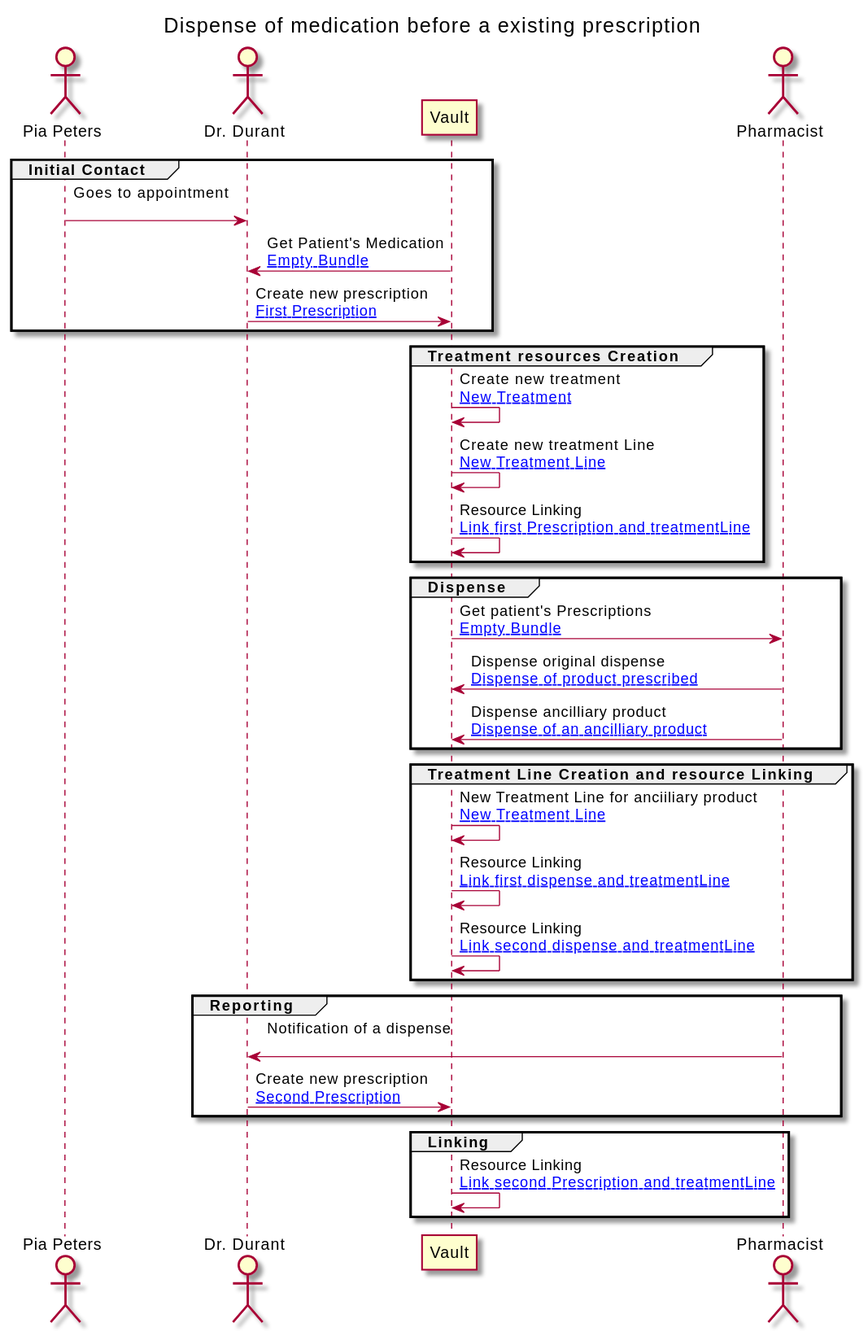
Before: branches/master/ExampleScenario-example-3-scenario.svg, a diagram exported from PlantUML (jcostateixeira/riziv-medication-record). The source it was exported from:
```plantuml
@startuml


Title Dispense of medication before a existing prescription

actor "Pia Peters" as PATIENT
actor "Dr. Durant" as GP
participant "Vault" as VAULT
actor "Pharmacist" as PHARM






group Initial Contact

PATIENT -> GP : Goes to appointment\n
VAULT -> GP : Get Patient's Medication\n[[ExampleScenario-example-3-scenario-resources.html#EB Empty Bundle]]
GP -> VAULT : Create new prescription\n[[ExampleScenario-example-3-scenario-resources.html#3-prescription First Prescription]]
end

group Treatment resources Creation

VAULT -> VAULT : Create new treatment\n[[ExampleScenario-example-3-scenario-resources.html#3-treatment New Treatment]]
VAULT -> VAULT : Create new treatment Line\n[[ExampleScenario-example-3-scenario-resources.html#3-treatmentLine New Treatment Line]]
VAULT -> VAULT : Resource Linking\n[[ExampleScenario-example-3-scenario-resources.html#3-1-provenance Link first Prescription and treatmentLine]]
end

group Dispense

VAULT -> PHARM : Get patient's Prescriptions\n[[ExampleScenario-example-3-scenario-resources.html#EB Empty Bundle]]
PHARM -> VAULT : Dispense original dispense\n[[ExampleScenario-example-3-scenario-resources.html#3-dispense Dispense of product prescribed]]
PHARM -> VAULT : Dispense ancilliary product\n[[ExampleScenario-example-3-scenario-resources.html#3-2-dispense Dispense of an ancilliary product]]
end

group Treatment Line Creation and resource Linking

VAULT -> VAULT : New Treatment Line for anciiliary product\n[[ExampleScenario-example-3-scenario-resources.html#3-treatmentLine New Treatment Line]]
VAULT -> VAULT : Resource Linking\n[[ExampleScenario-example-3-scenario-resources.html#3-2-provenance Link first dispense and treatmentLine]]
VAULT -> VAULT : Resource Linking\n[[ExampleScenario-example-3-scenario-resources.html#3-3-provenance Link second dispense and treatmentLine]]
end

group Reporting

PHARM -> GP : Notification of a dispense\n
GP -> VAULT : Create new prescription\n[[ExampleScenario-example-3-scenario-resources.html#3-2-prescription Second Prescription]]
end

group Linking

VAULT -> VAULT : Resource Linking\n[[ExampleScenario-example-3-scenario-resources.html#3-4-provenance Link second Prescription and treatmentLine]]
end


@enduml
```
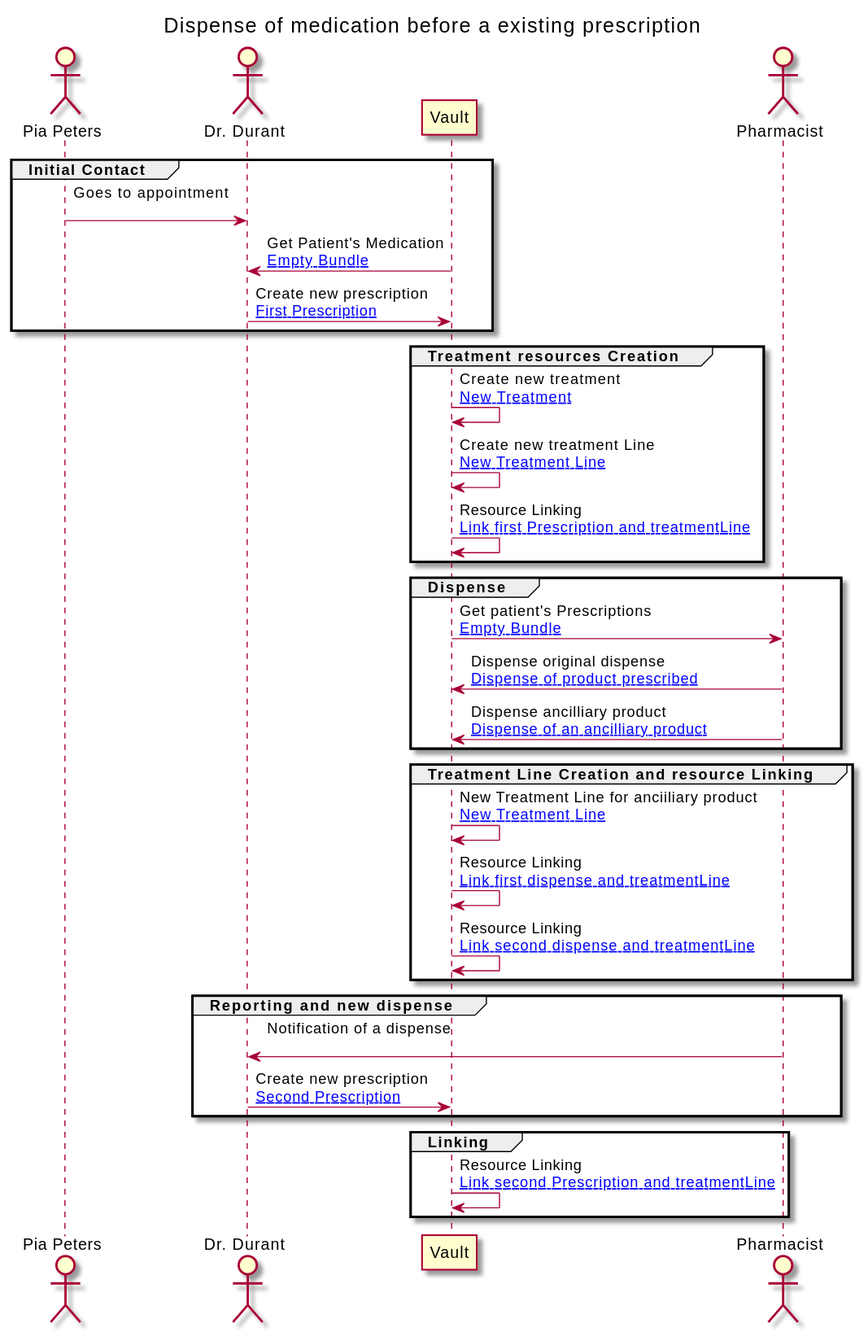
The same file after the commit.

What changed in the source:
```diff
@@ -41,7 +41,7 @@
 VAULT -> VAULT : Resource Linking\n[[ExampleScenario-example-3-scenario-resources.html#3-3-provenance Link second dispense and treatmentLine]]
 end
 
-group Reporting
+group Reporting and new dispense
 
 PHARM -> GP : Notification of a dispense\n
 GP -> VAULT : Create new prescription\n[[ExampleScenario-example-3-scenario-resources.html#3-2-prescription Second Prescription]]
```
